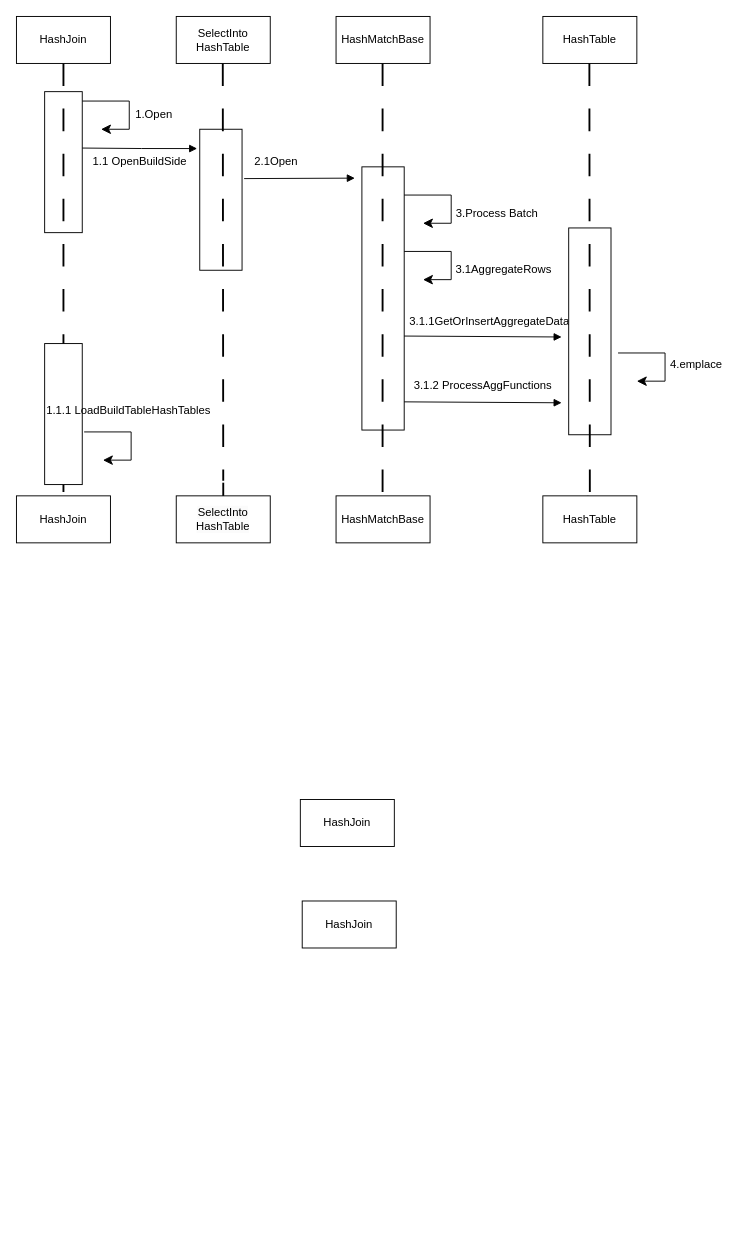
The draw.io diagram pic/未命名绘图.drawio in KaiSongXie/drawio, before the edit. Source tidied: cells renumbered, new cells numbered last; positions are measured from the earlier drawing's top-left corner, leaving out a move shared by most shapes. Both pictures are drawn from the tidied source at 94%, with x=0, y=0 at pixel (16, 16).
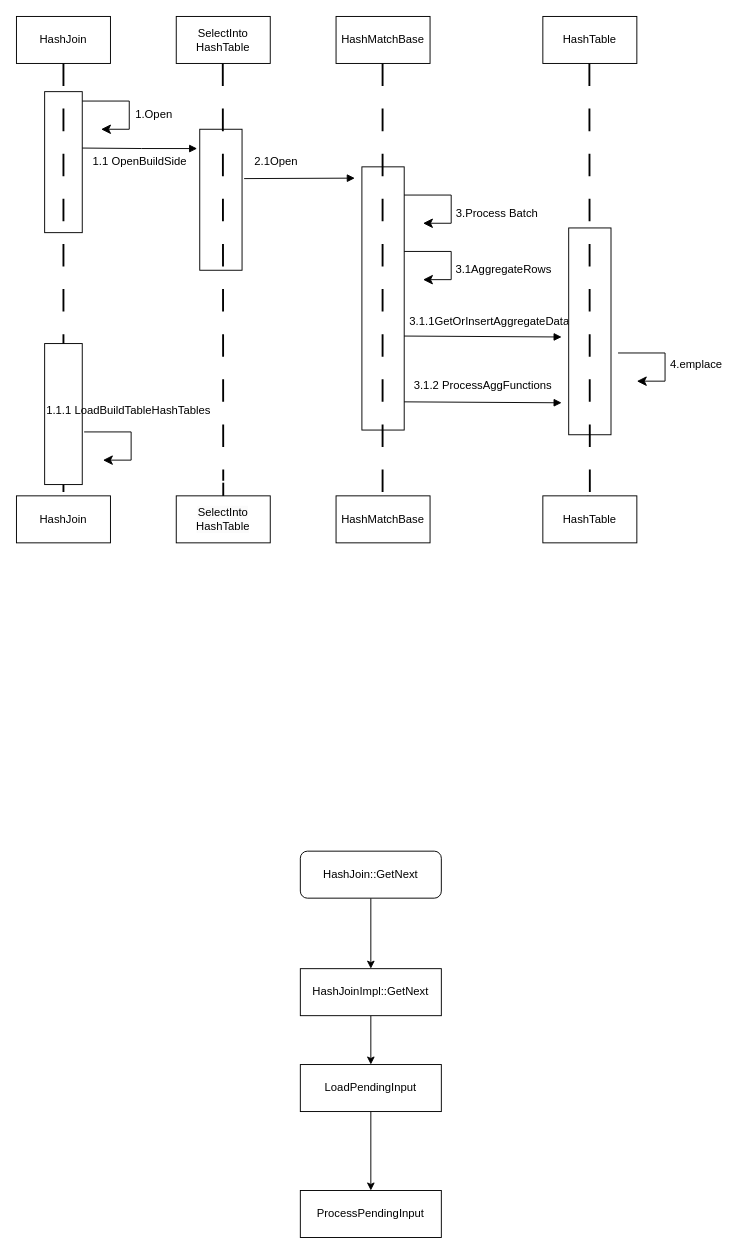
The same diagram, later.

Commit message:
更新未命名绘图.drawio

What changed in the source:
```diff
@@
+    <mxCell id="41" style="edgeStyle=orthogonalEdgeStyle;rounded=0;jettySize=auto;html=1;entryX=0.5;entryY=0;entryDx=0;entryDy=0;" parent="1" edge="1" source="35" target="36">
+      <mxGeometry relative="1" as="geometry" />
+    </mxCell>
-    <mxCell id="35" value="HashJoin" style="rounded=0;whiteSpace=wrap;html=1;" parent="1" vertex="1">
-      <mxGeometry x="302" y="833" width="100" height="50" as="geometry" />
+    <mxCell id="35" value="HashJoin::GetNext" style="rounded=1;whiteSpace=wrap;html=1;" parent="1" vertex="1">
+      <mxGeometry x="302" y="888" width="150" height="50" as="geometry" />
     </mxCell>
+    <mxCell id="42" style="edgeStyle=orthogonalEdgeStyle;rounded=0;jettySize=auto;html=1;" parent="1" edge="1" source="36" target="44">
+      <mxGeometry relative="1" as="geometry" />
+    </mxCell>
-    <mxCell id="36" value="HashJoin" style="rounded=0;whiteSpace=wrap;html=1;" parent="1" vertex="1">
-      <mxGeometry x="304" y="941" width="100" height="50" as="geometry" />
+    <mxCell id="36" value="HashJoinImpl::GetNext" style="rounded=0;whiteSpace=wrap;html=1;" parent="1" vertex="1">
+      <mxGeometry x="302" y="1013" width="150" height="50" as="geometry" />
     </mxCell>
@@
+    <mxCell id="43" style="edgeStyle=orthogonalEdgeStyle;rounded=0;jettySize=auto;html=1;" parent="1" edge="1" source="44" target="45">
+      <mxGeometry relative="1" as="geometry" />
+    </mxCell>
+    <mxCell id="44" value="LoadPendingInput" style="rounded=0;whiteSpace=wrap;html=1;" parent="1" vertex="1">
+      <mxGeometry x="302" y="1115" width="150" height="50" as="geometry" />
+    </mxCell>
+    <mxCell id="45" value="ProcessPendingInput" style="rounded=0;whiteSpace=wrap;html=1;" parent="1" vertex="1">
+      <mxGeometry x="302" y="1249" width="150" height="50" as="geometry" />
+    </mxCell>
```
